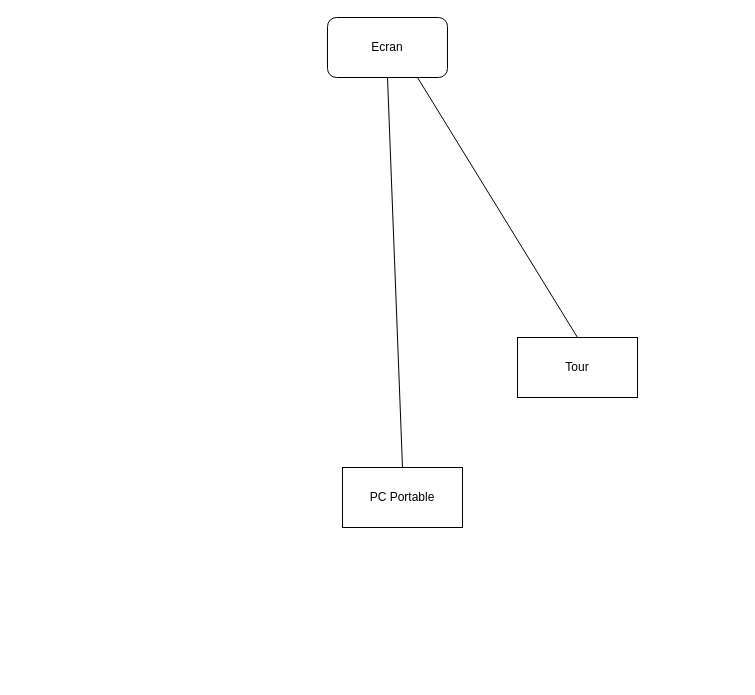
docv266/Installation keeps this draw.io diagram as dossier/Untitled Diagram.drawio. Above is the earlier version. Source tidied: cells renumbered, new cells numbered last; positions are measured from the earlier drawing's top-left corner, leaving out a move shared by most shapes. Both pictures are drawn from the tidied source at 100%, with x=0, y=0 at pixel (327, 17).
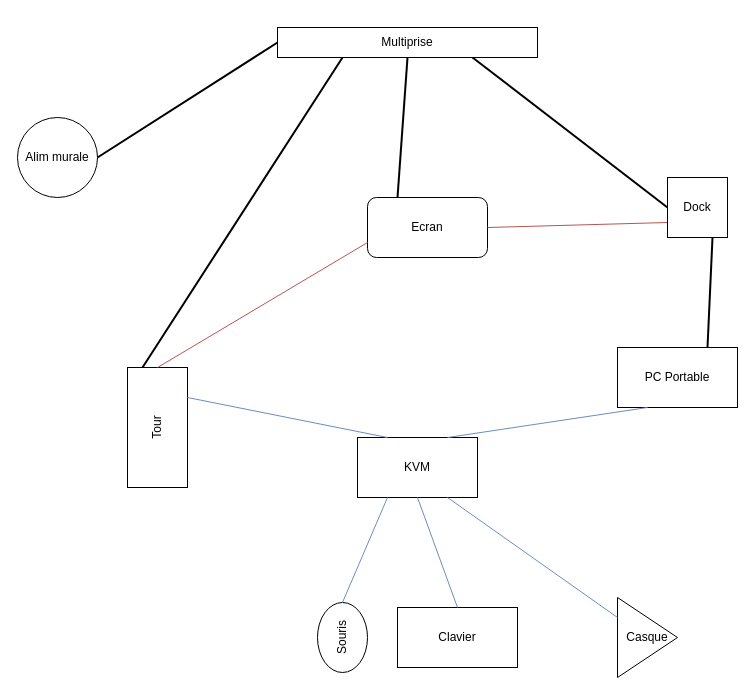
The same diagram, later.

Diff of the diagram source:
```diff
@@
-    <mxCell id="2" value="Tour" style="rounded=0;whiteSpace=wrap;html=1;" parent="1" vertex="1">
-      <mxGeometry x="190" y="320" width="120" height="60" as="geometry" />
+    <mxCell id="2" value="Tour" style="rounded=0;whiteSpace=wrap;html=1;rotation=-90;" parent="1" vertex="1">
+      <mxGeometry x="-230" y="380" width="120" height="60" as="geometry" />
     </mxCell>
     <mxCell id="3" value="Ecran" style="rounded=1;whiteSpace=wrap;html=1;" parent="1" vertex="1">
-      <mxGeometry width="120" height="60" as="geometry" />
+      <mxGeometry x="40" y="180" width="120" height="60" as="geometry" />
     </mxCell>
     <mxCell id="4" value="PC Portable" style="rounded=0;whiteSpace=wrap;html=1;" parent="1" vertex="1">
-      <mxGeometry x="15" y="450" width="120" height="60" as="geometry" />
+      <mxGeometry x="290" y="330" width="120" height="60" as="geometry" />
     </mxCell>
-    <mxCell id="5" style="endArrow=none;html=1;exitX=0.5;exitY=0;exitDx=0;exitDy=0;entryX=0.5;entryY=1;entryDx=0;entryDy=0;" parent="1" edge="1" source="4" target="3">
+    <mxCell id="5" style="endArrow=none;html=1;exitX=0;exitY=0.75;exitDx=0;exitDy=0;entryX=1;entryY=0.5;entryDx=0;entryDy=0;fillColor=#f8cecc;strokeColor=#b85450;" parent="1" edge="1" source="21" target="3">
       <mxGeometry relative="1" as="geometry" />
     </mxCell>
-    <mxCell id="6" style="endArrow=none;html=1;exitX=0.5;exitY=0;exitDx=0;exitDy=0;entryX=0.75;entryY=1;entryDx=0;entryDy=0;" parent="1" edge="1" source="2" target="3">
+    <mxCell id="6" style="endArrow=none;html=1;exitX=1;exitY=0.5;exitDx=0;exitDy=0;entryX=0;entryY=0.75;entryDx=0;entryDy=0;fillColor=#f8cecc;strokeColor=#b85450;" parent="1" edge="1" source="2" target="3">
       <mxGeometry relative="1" as="geometry" />
     </mxCell>
+    <mxCell id="7" value="Clavier" style="rounded=0;whiteSpace=wrap;html=1;" parent="1" vertex="1">
+      <mxGeometry x="70" y="590" width="120" height="60" as="geometry" />
+    </mxCell>
+    <mxCell id="8" value="Souris" style="ellipse;whiteSpace=wrap;html=1;rotation=-90;" parent="1" vertex="1">
+      <mxGeometry x="-20" y="595" width="70" height="50" as="geometry" />
+    </mxCell>
+    <mxCell id="9" value="Casque" style="triangle;whiteSpace=wrap;html=1;" parent="1" vertex="1">
+      <mxGeometry x="290" y="580" width="60" height="80" as="geometry" />
+    </mxCell>
+    <mxCell id="10" value="KVM" style="rounded=0;whiteSpace=wrap;html=1;" parent="1" vertex="1">
+      <mxGeometry x="30" y="420" width="120" height="60" as="geometry" />
+    </mxCell>
+    <mxCell id="11" style="endArrow=none;html=1;exitX=1;exitY=0.5;exitDx=0;exitDy=0;entryX=0.25;entryY=1;entryDx=0;entryDy=0;fillColor=#dae8fc;strokeColor=#6c8ebf;" parent="1" edge="1" source="8" target="10">
+      <mxGeometry relative="1" as="geometry" />
+    </mxCell>
+    <mxCell id="12" style="endArrow=none;html=1;exitX=0.5;exitY=0;exitDx=0;exitDy=0;entryX=0.5;entryY=1;entryDx=0;entryDy=0;fillColor=#dae8fc;strokeColor=#6c8ebf;" parent="1" edge="1" source="7" target="10">
+      <mxGeometry relative="1" as="geometry" />
+    </mxCell>
+    <mxCell id="13" style="endArrow=none;html=1;exitX=0;exitY=0.25;exitDx=0;exitDy=0;entryX=0.75;entryY=1;entryDx=0;entryDy=0;fillColor=#dae8fc;strokeColor=#6c8ebf;" parent="1" edge="1" source="9" target="10">
+      <mxGeometry relative="1" as="geometry" />
+    </mxCell>
+    <mxCell id="14" style="endArrow=none;html=1;exitX=0.75;exitY=0;exitDx=0;exitDy=0;entryX=0.25;entryY=1;entryDx=0;entryDy=0;fillColor=#dae8fc;strokeColor=#6c8ebf;" parent="1" edge="1" source="10" target="4">
+      <mxGeometry relative="1" as="geometry" />
+    </mxCell>
+    <mxCell id="15" style="endArrow=none;html=1;exitX=0.25;exitY=0;exitDx=0;exitDy=0;entryX=0.75;entryY=1;entryDx=0;entryDy=0;fillColor=#dae8fc;strokeColor=#6c8ebf;" parent="1" edge="1" source="10" target="2">
+      <mxGeometry relative="1" as="geometry" />
+    </mxCell>
+    <mxCell id="16" value="Alim murale" style="ellipse;whiteSpace=wrap;html=1;" parent="1" vertex="1">
+      <mxGeometry x="-310" y="100" width="80" height="80" as="geometry" />
+    </mxCell>
+    <mxCell id="17" value="Multiprise" style="rounded=0;whiteSpace=wrap;html=1;" parent="1" vertex="1">
+      <mxGeometry x="-50" y="10" width="260" height="30" as="geometry" />
+    </mxCell>
+    <mxCell id="18" style="endArrow=none;html=1;exitX=1;exitY=0.5;exitDx=0;exitDy=0;entryX=0;entryY=0.5;entryDx=0;entryDy=0;strokeWidth=2;" parent="1" edge="1" source="16" target="17">
+      <mxGeometry relative="1" as="geometry" />
+    </mxCell>
+    <mxCell id="19" style="endArrow=none;html=1;exitX=1;exitY=0.25;exitDx=0;exitDy=0;entryX=0.25;entryY=1;entryDx=0;entryDy=0;strokeWidth=2;" parent="1" edge="1" source="2" target="17">
+      <mxGeometry relative="1" as="geometry" />
+    </mxCell>
+    <mxCell id="20" style="endArrow=none;html=1;exitX=0.25;exitY=0;exitDx=0;exitDy=0;entryX=0.5;entryY=1;entryDx=0;entryDy=0;strokeWidth=2;" parent="1" edge="1" source="3" target="17">
+      <mxGeometry relative="1" as="geometry" />
+    </mxCell>
+    <mxCell id="21" value="Dock" style="whiteSpace=wrap;html=1;" parent="1" vertex="1">
+      <mxGeometry x="340" y="160" width="60" height="60" as="geometry" />
+    </mxCell>
+    <mxCell id="22" style="endArrow=none;html=1;strokeWidth=2;entryX=0;entryY=0.5;entryDx=0;entryDy=0;exitX=0.75;exitY=1;exitDx=0;exitDy=0;" parent="1" edge="1" source="17" target="21">
+      <mxGeometry relative="1" as="geometry" />
+    </mxCell>
+    <mxCell id="23" style="endArrow=none;html=1;strokeWidth=2;exitX=0.75;exitY=0;exitDx=0;exitDy=0;entryX=0.75;entryY=1;entryDx=0;entryDy=0;" parent="1" edge="1" source="4" target="21">
+      <mxGeometry relative="1" as="geometry" />
+    </mxCell>
```
